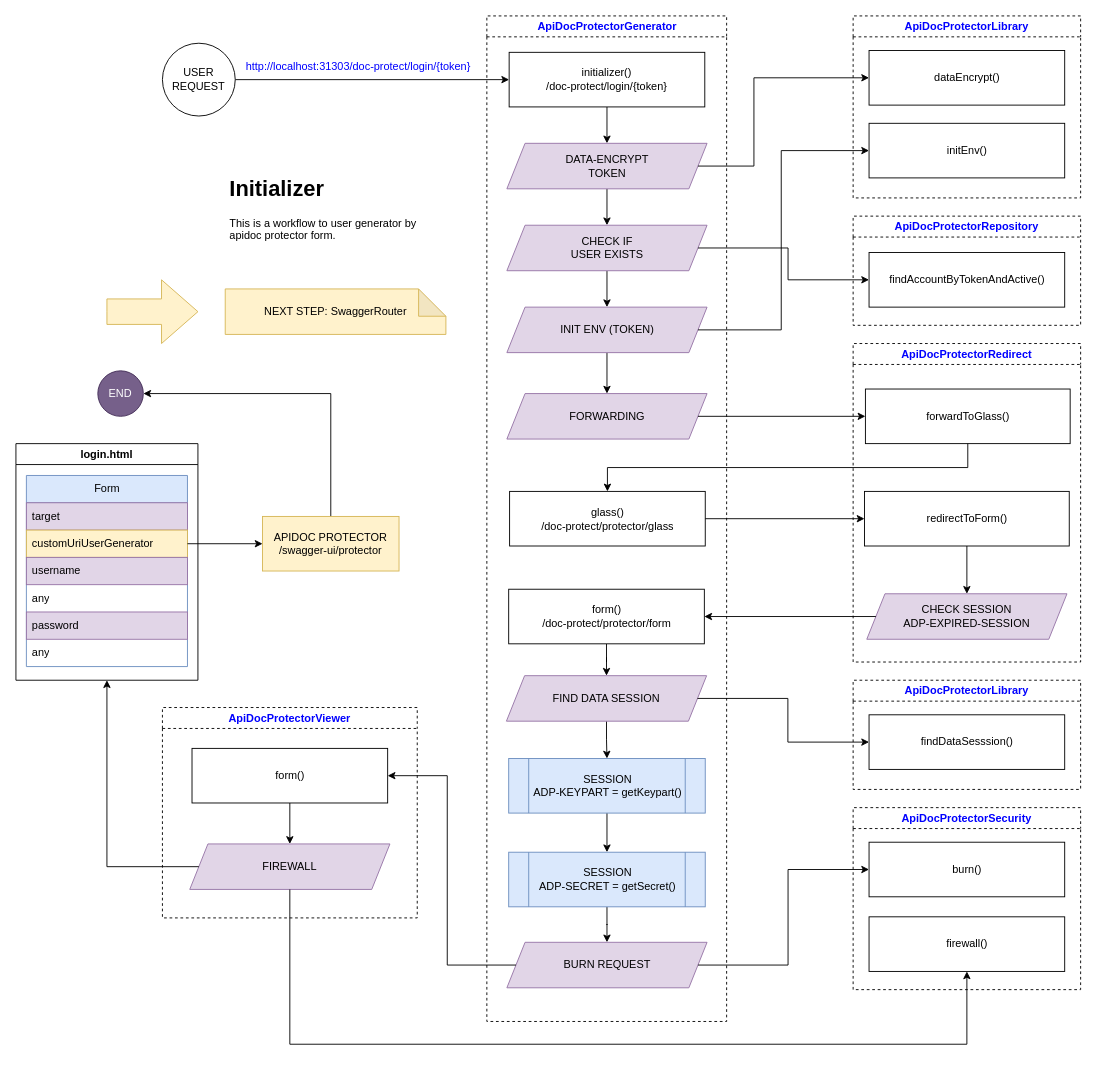
Above: page "Initializer" (4 of 10) of midias/diagram-flow.drawio in huntercodexs/apidocprotector (draw.io), before the change. Source tidied: cells renumbered, new cells numbered last; positions are measured from the earlier drawing's top-left corner, leaving out a move shared by most shapes. Both pictures are drawn from the tidied source at 91%, with x=0, y=0 at pixel (15, 15).
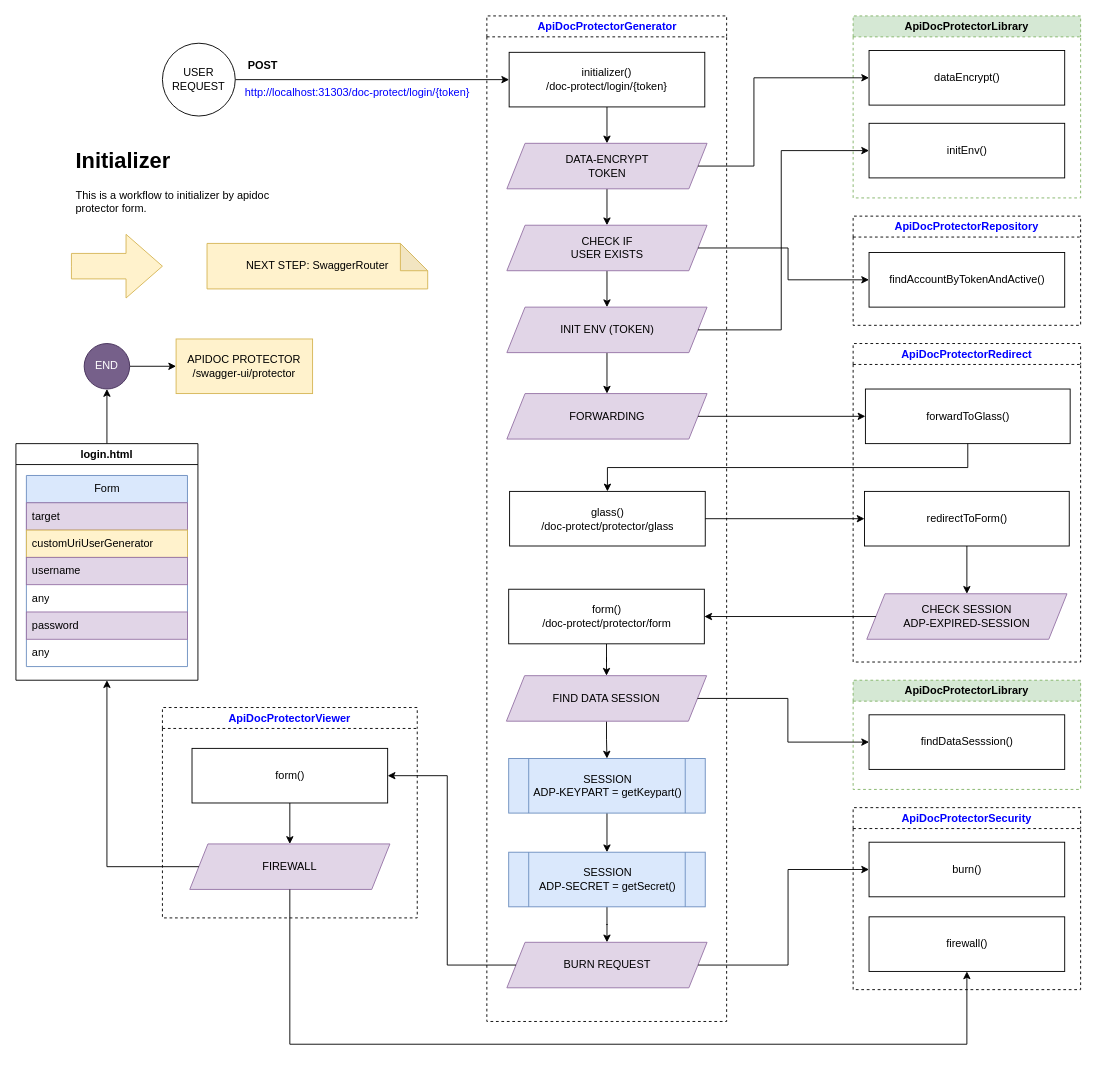
The same diagram, later.

Unchanged cells that the change refers to:
```xml
<mxCell id="34" value="login.html" style="swimlane;whiteSpace=wrap;html=1;fontColor=#000000;" parent="1" vertex="1">
  <mxGeometry y="470" width="200" height="260" as="geometry" />
</mxCell>
<mxCell id="37" value="customUriUserGenerator" style="text;strokeColor=#d6b656;fillColor=#fff2cc;align=left;verticalAlign=middle;spacingLeft=4;spacingRight=4;overflow=hidden;points=[[0,0.5],[1,0.5]];portConstraint=eastwest;whiteSpace=wrap;html=1;" parent="35" vertex="1">
  <mxGeometry y="60" width="177" height="30" as="geometry" />
</mxCell>
```

The edit, as a diff of the source:
```diff
@@
     <mxCell id="4" value="http://localhost:31303/doc-protect/login/{token}" style="text;whiteSpace=wrap;html=1;fontColor=#0000FF;" parent="1" vertex="1">
-      <mxGeometry x="251" y="42" width="257.5" height="20" as="geometry" />
+      <mxGeometry x="250" y="70" width="257.5" height="20" as="geometry" />
     </mxCell>
@@
+    <mxCell id="71" style="edgeStyle=orthogonalEdgeStyle;rounded=0;jettySize=auto;html=1;" parent="1" edge="1" source="34" target="43">
+      <mxGeometry relative="1" as="geometry" />
+    </mxCell>
@@
-    <mxCell id="42" style="edgeStyle=orthogonalEdgeStyle;rounded=0;jettySize=auto;html=1;entryX=0;entryY=0.5;entryDx=0;entryDy=0;fontColor=#000000;" parent="1" edge="1" source="37" target="54">
-      <mxGeometry relative="1" as="geometry" />
-    </mxCell>
+    <mxCell id="72" style="edgeStyle=orthogonalEdgeStyle;rounded=0;jettySize=auto;html=1;" parent="1" edge="1" source="43" target="54">
+      <mxGeometry relative="1" as="geometry" />
+    </mxCell>
     <mxCell id="43" value="END" style="ellipse;whiteSpace=wrap;html=1;fontColor=#ffffff;fillColor=#76608a;strokeColor=#432D57;" parent="1" vertex="1">
-      <mxGeometry x="90" y="390" width="50" height="50" as="geometry" />
+      <mxGeometry x="75" y="360" width="50" height="50" as="geometry" />
     </mxCell>
     <mxCell id="44" value="&lt;div&gt;NEXT STEP: SwaggerRouter&lt;br&gt;&lt;/div&gt;" style="shape=note;whiteSpace=wrap;html=1;backgroundOutline=1;darkOpacity=0.05;fillColor=#fff2cc;strokeColor=#d6b656;" parent="1" vertex="1">
-      <mxGeometry x="230" y="300" width="242.5" height="50" as="geometry" />
+      <mxGeometry x="210" y="250" width="242.5" height="50" as="geometry" />
     </mxCell>
-    <mxCell id="45" value="&lt;h1&gt;Initializer&lt;br&gt;&lt;/h1&gt;&lt;p&gt;This is a workflow to user generator by apidoc protector form.&lt;/p&gt;" style="text;html=1;strokeColor=none;fillColor=none;spacing=5;spacingTop=-20;whiteSpace=wrap;overflow=hidden;rounded=0;" parent="1" vertex="1">
-      <mxGeometry x="230" y="170" width="230" height="120" as="geometry" />
+    <mxCell id="45" value="&lt;h1&gt;Initializer&lt;br&gt;&lt;/h1&gt;&lt;p&gt;This is a workflow to initializer by apidoc protector form.&lt;/p&gt;" style="text;html=1;strokeColor=none;fillColor=none;spacing=5;spacingTop=-20;whiteSpace=wrap;overflow=hidden;rounded=0;" parent="1" vertex="1">
+      <mxGeometry x="61" y="140" width="230" height="120" as="geometry" />
     </mxCell>
     <mxCell id="46" style="html=1;shadow=0;dashed=0;align=center;verticalAlign=middle;shape=mxgraph.arrows2.arrow;dy=0.6;dx=40;notch=0;fillColor=#fff2cc;strokeColor=#d6b656;" parent="1" vertex="1">
-      <mxGeometry x="100" y="290" width="100" height="70" as="geometry" />
+      <mxGeometry x="61" y="240" width="100" height="70" as="geometry" />
     </mxCell>
-    <mxCell id="47" value="ApiDocProtectorLibrary" style="swimlane;whiteSpace=wrap;html=1;fontColor=#0000FF;dashed=1;" parent="1" vertex="1">
+    <mxCell id="47" value="ApiDocProtectorLibrary" style="swimlane;whiteSpace=wrap;html=1;dashed=1;fillColor=#d5e8d4;strokeColor=#82b366;" parent="1" vertex="1">
       <mxGeometry x="920" width="250" height="200" as="geometry" />
     </mxCell>
@@
-    <mxCell id="53" style="edgeStyle=orthogonalEdgeStyle;rounded=0;jettySize=auto;html=1;entryX=1;entryY=0.5;entryDx=0;entryDy=0;exitX=0.5;exitY=0;exitDx=0;exitDy=0;" parent="1" edge="1" source="54" target="43">
-      <mxGeometry relative="1" as="geometry" />
-    </mxCell>
     <mxCell id="54" value="&lt;div&gt;APIDOC PROTECTOR&lt;/div&gt;/swagger-ui/protector" style="whiteSpace=wrap;html=1;fillColor=#fff2cc;strokeColor=#d6b656;" parent="1" vertex="1">
-      <mxGeometry x="271" y="550" width="150" height="60" as="geometry" />
+      <mxGeometry x="176" y="355" width="150" height="60" as="geometry" />
     </mxCell>
@@
-    <mxCell id="57" value="ApiDocProtectorLibrary" style="swimlane;whiteSpace=wrap;html=1;fontColor=#0000FF;dashed=1;" parent="1" vertex="1">
+    <mxCell id="57" value="ApiDocProtectorLibrary" style="swimlane;whiteSpace=wrap;html=1;dashed=1;fillColor=#d5e8d4;strokeColor=#82b366;" parent="1" vertex="1">
       <mxGeometry x="920" y="730" width="250" height="120" as="geometry" />
     </mxCell>
@@
+    <mxCell id="73" value="POST" style="text;html=1;align=center;verticalAlign=middle;strokeColor=none;fillColor=none;fontStyle=1;" parent="1" vertex="1">
+      <mxGeometry x="241" y="40" width="60" height="30" as="geometry" />
+    </mxCell>
```
